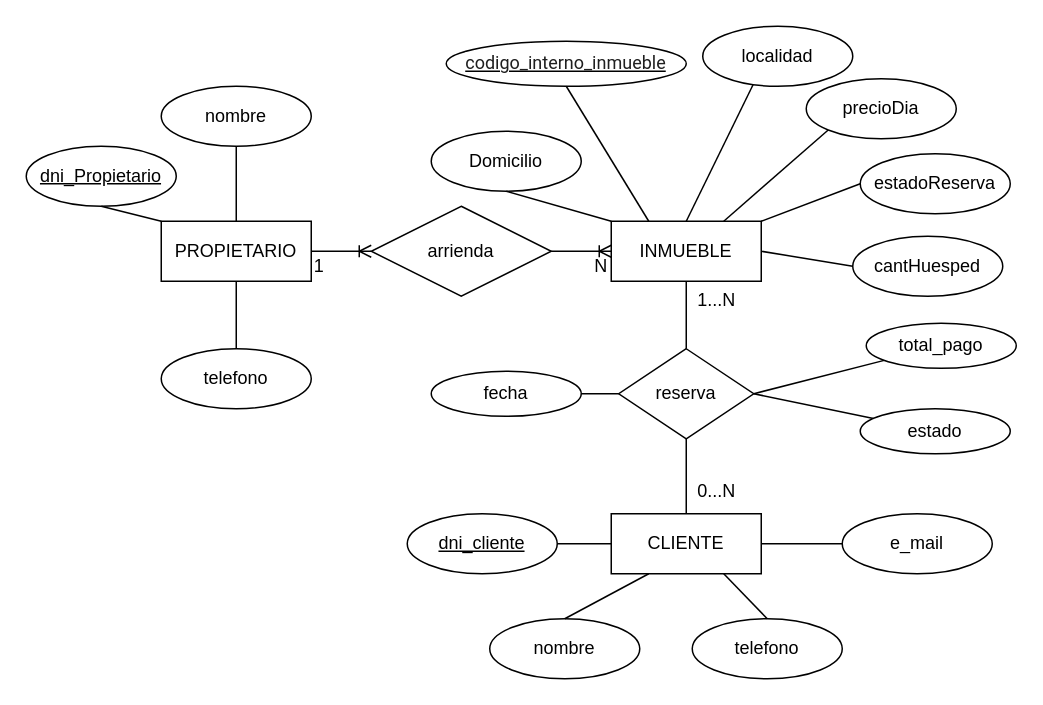
Earlier version of the draw.io diagram page "Alquiler-E-R" (1 of 2) of Diagrama sin título.drawio (carbai3/ABD_EJERCICIO1). Source tidied: cells renumbered, new cells numbered last; positions are measured from the earlier drawing's top-left corner, leaving out a move shared by most shapes. Both pictures are drawn from the tidied source at 150%, with x=0, y=0 at pixel (26, 26).
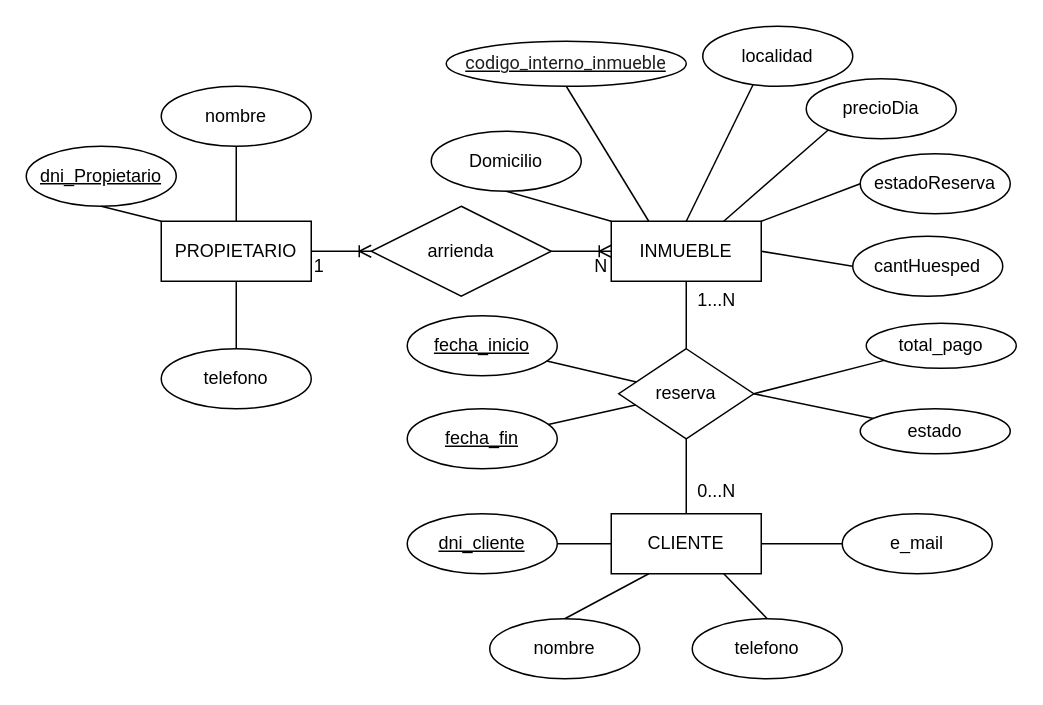
The same diagram, later.

Unchanged cells that the change refers to:
```xml
<mxCell id="17" value="reserva" style="shape=rhombus;perimeter=rhombusPerimeter;whiteSpace=wrap;html=1;align=center;" parent="1" vertex="1">
  <mxGeometry x="395" y="215" width="90" height="60" as="geometry" />
</mxCell>
```

What changed in the source:
```diff
@@
-    <mxCell id="26" style="endArrow=none;html=1;rounded=0;exitX=0;exitY=0.5;exitDx=0;exitDy=0;" parent="1" edge="1" source="17" target="48">
+    <mxCell id="26" style="endArrow=none;html=1;rounded=0;" parent="1" edge="1" source="17" target="49">
       <mxGeometry relative="1" as="geometry" />
     </mxCell>
@@
-    <mxCell id="48" value="fecha" style="ellipse;whiteSpace=wrap;html=1;align=center;" parent="1" vertex="1">
-      <mxGeometry x="270" y="230" width="100" height="30" as="geometry" />
-    </mxCell>
+    <mxCell id="49" value="fecha_inicio" style="ellipse;whiteSpace=wrap;html=1;align=center;fontStyle=4;" parent="1" vertex="1">
+      <mxGeometry x="254" y="193" width="100" height="40" as="geometry" />
+    </mxCell>
+    <mxCell id="50" value="fecha_fin" style="ellipse;whiteSpace=wrap;html=1;align=center;fontStyle=4;" parent="1" vertex="1">
+      <mxGeometry x="254" y="255" width="100" height="40" as="geometry" />
+    </mxCell>
+    <mxCell id="51" style="endArrow=none;html=1;rounded=0;" parent="1" edge="1" source="50" target="17">
+      <mxGeometry relative="1" as="geometry" />
+    </mxCell>
```
